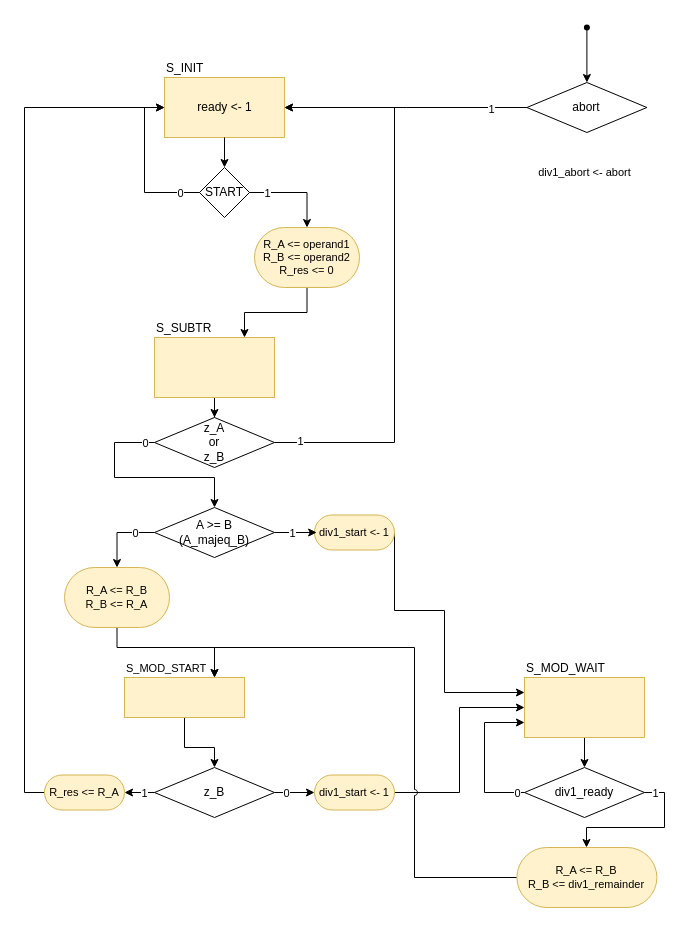
Before: page "mcd_ctrl" (6 of 7) of ASMcharts/ASM.drawio in DavidTrevisan/calcolatori_elettronici_2025, a draw.io diagram. Source tidied: cells renumbered, new cells numbered last; positions are measured from the earlier drawing's top-left corner, leaving out a move shared by most shapes. Both pictures are drawn from the tidied source at 100%, with x=0, y=0 at pixel (24, 17).
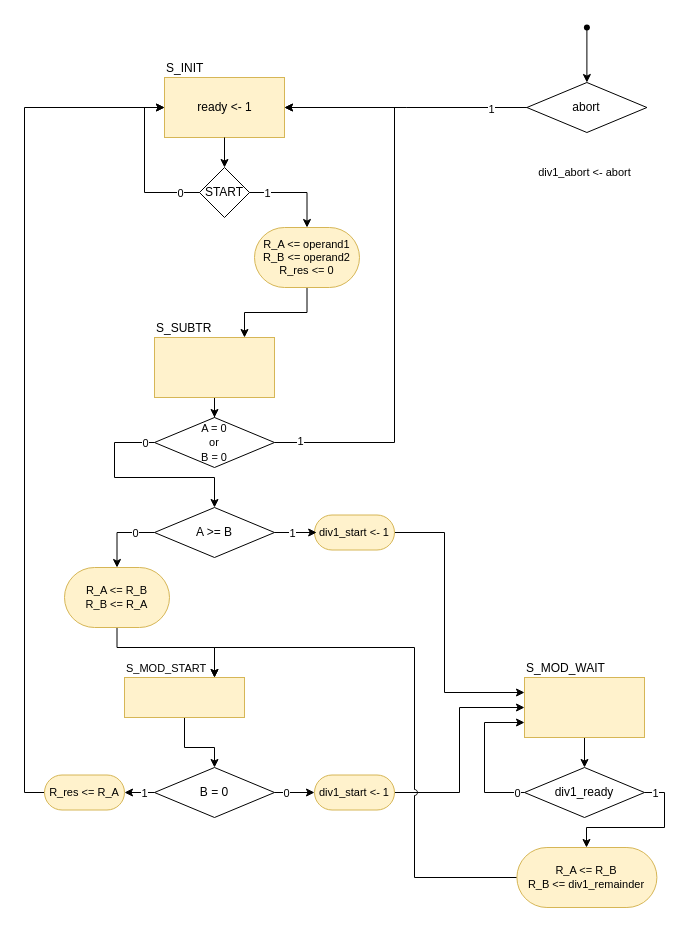
After the change.

The change refers to these unchanged cells:
```xml
<mxCell id="26" value="div1_start &amp;lt;- 1" style="rounded=1;whiteSpace=wrap;html=1;fontFamily=Helvetica;fontSize=11;labelBackgroundColor=none;fillColor=#fff2cc;strokeColor=#d6b656;arcSize=50;" parent="1" vertex="1">
  <mxGeometry x="290" y="497.5" width="80" height="35" as="geometry" />
</mxCell>
<mxCell id="39" value="S_MOD_WAIT" style="rounded=0;whiteSpace=wrap;html=1;verticalAlign=bottom;labelPosition=center;verticalLabelPosition=top;align=left;fillColor=#fff2cc;strokeColor=#d6b656;" parent="1" vertex="1">
  <mxGeometry x="500" y="660" width="120" height="60" as="geometry" />
</mxCell>
```

What changed in the source:
```diff
@@
-    <mxCell id="19" value="z_A &lt;br&gt;or &lt;br&gt;z_B" style="rhombus;whiteSpace=wrap;html=1;" parent="1" vertex="1">
+    <mxCell id="19" value="&lt;font style=&quot;font-size: 11px;&quot;&gt;A = 0&lt;br&gt;or&lt;br&gt;B = 0&lt;/font&gt;" style="rhombus;whiteSpace=wrap;html=1;" parent="1" vertex="1">
       <mxGeometry x="130" y="400" width="120" height="50" as="geometry" />
     </mxCell>
@@
-    <mxCell id="22" value="A &amp;gt;= B&lt;br&gt;(A_majeq_B)" style="rhombus;whiteSpace=wrap;html=1;" parent="1" vertex="1">
+    <mxCell id="22" value="A &amp;gt;= B" style="rhombus;whiteSpace=wrap;html=1;" parent="1" vertex="1">
       <mxGeometry x="130" y="490" width="120" height="50" as="geometry" />
     </mxCell>
@@
     <mxCell id="25" style="edgeStyle=orthogonalEdgeStyle;rounded=0;jettySize=auto;html=1;entryX=0;entryY=0.25;entryDx=0;entryDy=0;exitX=1;exitY=0.5;exitDx=0;exitDy=0;" parent="1" edge="1" source="26" target="39">
       <mxGeometry relative="1" as="geometry">
         <Array as="points">
-          <mxPoint x="420" y="593" />
+          <mxPoint x="420" y="515" />
           <mxPoint x="420" y="675" />
         </Array>
       </mxGeometry>
     </mxCell>
@@
-    <mxCell id="33" value="z_B" style="rhombus;whiteSpace=wrap;html=1;" parent="1" vertex="1">
+    <mxCell id="33" value="B = 0" style="rhombus;whiteSpace=wrap;html=1;" parent="1" vertex="1">
       <mxGeometry x="130" y="750" width="120" height="50" as="geometry" />
     </mxCell>
```
